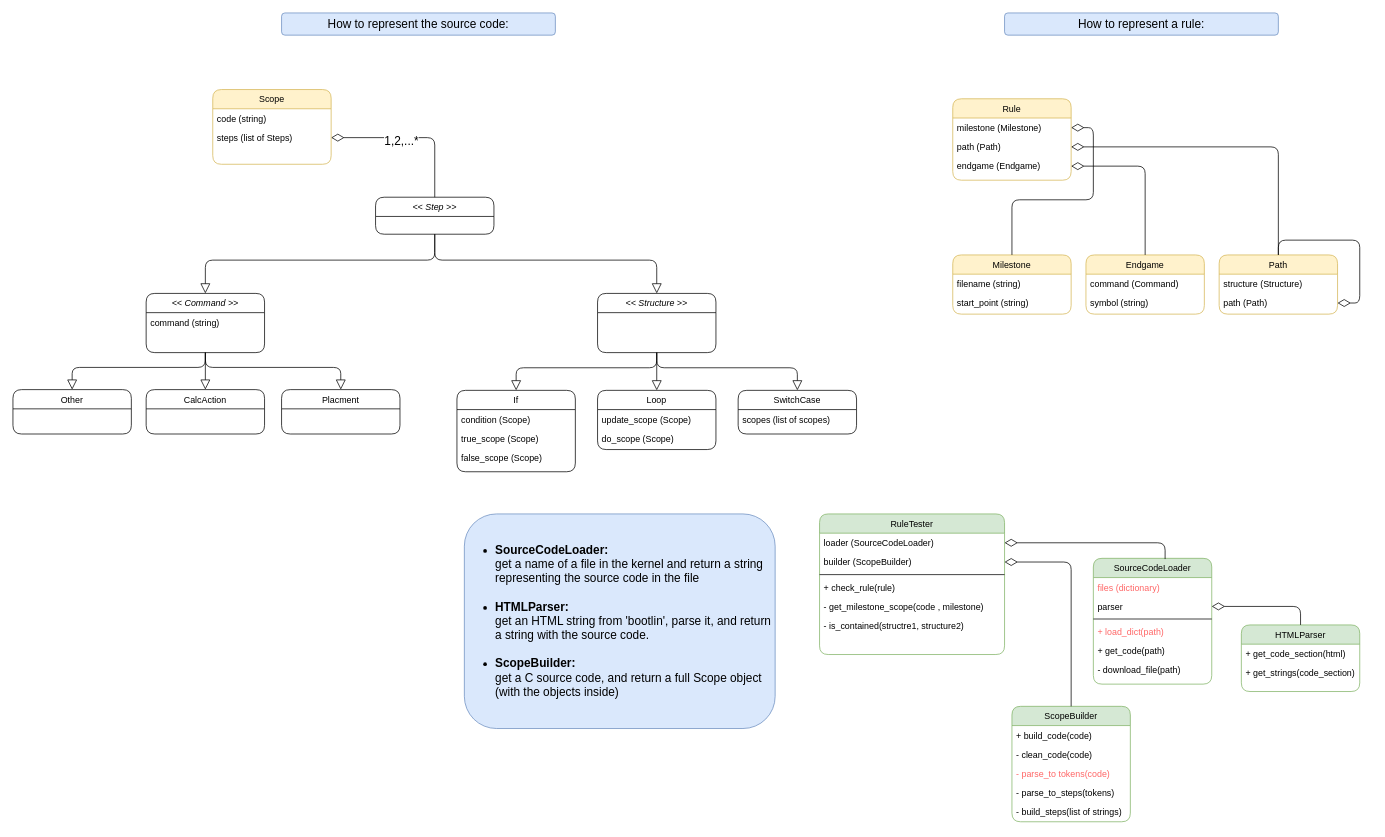
Earlier version of the draw.io diagram Untitled Diagram.drawio (zivnaim/simon). Source tidied: cells renumbered, new cells numbered last; positions are measured from the earlier drawing's top-left corner, leaving out a move shared by most shapes. Both pictures are drawn from the tidied source at 74%, with x=0, y=0 at pixel (13, 13).
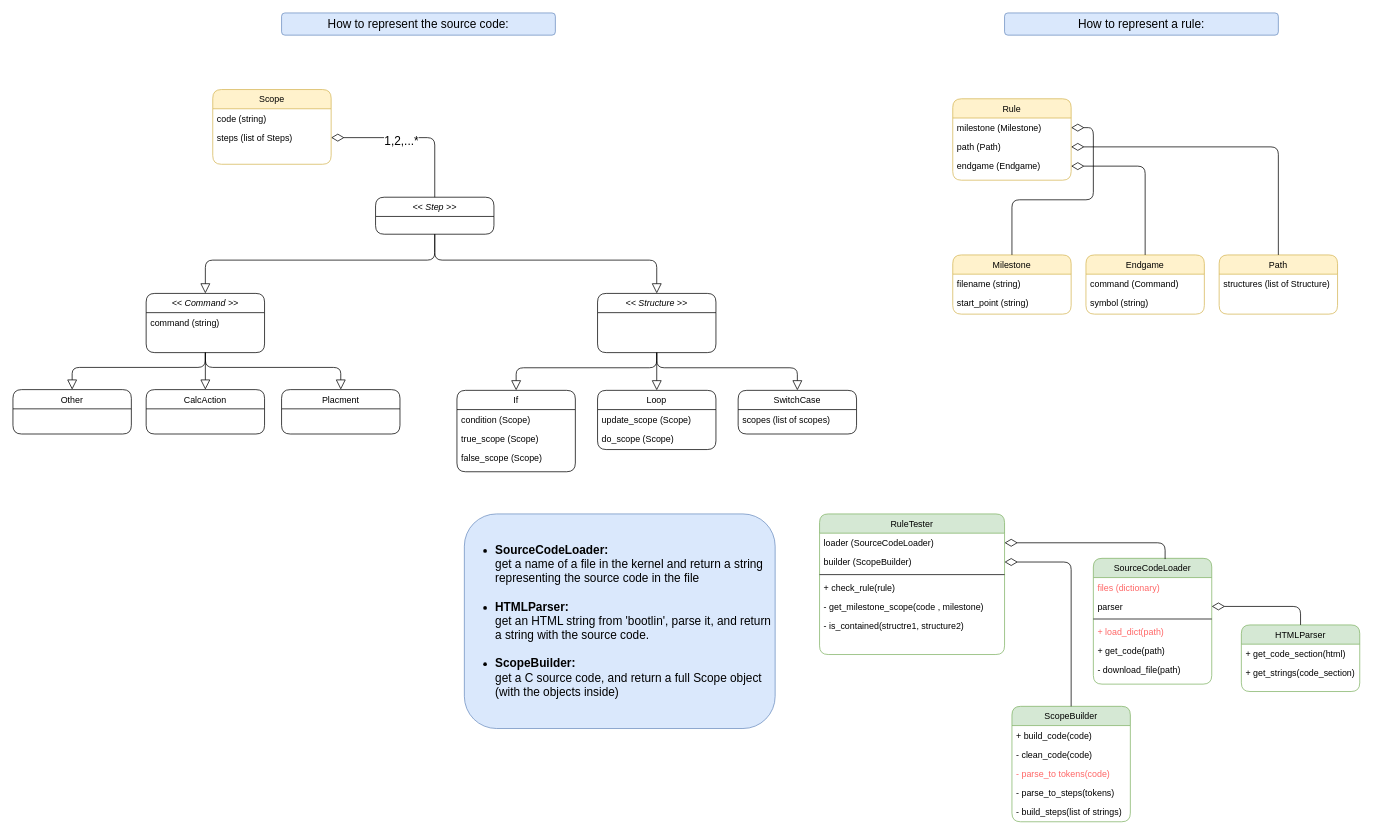
The same page after the edit.

Unchanged cells that the change refers to:
```xml
<mxCell id="72" value="Path" style="swimlane;fontStyle=0;align=center;verticalAlign=top;horizontal=1;startSize=26;rounded=1;shadow=0;strokeWidth=1;fillColor=#fff2cc;strokeColor=#d6b656;" parent="1" vertex="1">
  <mxGeometry x="1630" y="327" width="160" height="80" as="geometry" />
</mxCell>
```

Diff of the diagram source:
```diff
@@
-    <mxCell id="73" value="structure (Structure)" style="text;align=left;verticalAlign=top;spacingLeft=4;spacingRight=4;overflow=hidden;rounded=1;" parent="72" vertex="1">
+    <mxCell id="73" value="structures (list of Structure)" style="text;align=left;verticalAlign=top;spacingLeft=4;spacingRight=4;overflow=hidden;rounded=1;" parent="72" vertex="1">
       <mxGeometry y="26" width="160" height="26" as="geometry" />
     </mxCell>
-    <mxCell id="74" style="edgeStyle=orthogonalEdgeStyle;rounded=1;jettySize=auto;html=1;exitX=1;exitY=0.5;exitDx=0;exitDy=0;entryX=0.5;entryY=0;entryDx=0;entryDy=0;startArrow=diamondThin;startFill=0;endArrow=none;endFill=0;startSize=15;" parent="72" edge="1" source="75" target="72">
-      <mxGeometry relative="1" as="geometry" />
-    </mxCell>
-    <mxCell id="75" value="path (Path)" style="text;align=left;verticalAlign=top;spacingLeft=4;spacingRight=4;overflow=hidden;points=[[0,0.5],[1,0.5]];portConstraint=eastwest;rounded=1;" parent="72" vertex="1">
-      <mxGeometry y="52" width="160" height="26" as="geometry" />
-    </mxCell>
```
